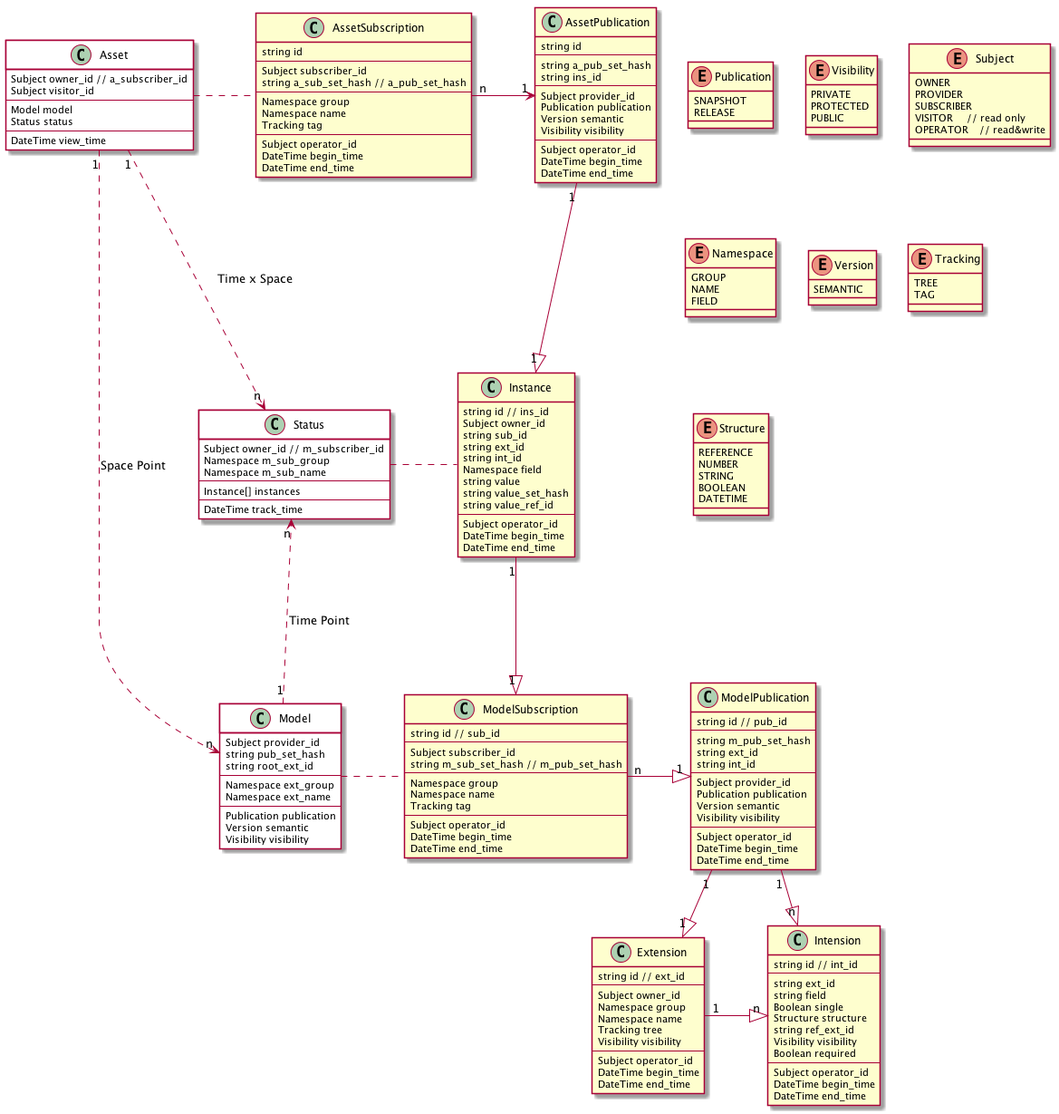
The PlantUML diagram kiimate.png in SINeWang/kiimate, before a commit. Its source is kept beside it as kiimate.puml.
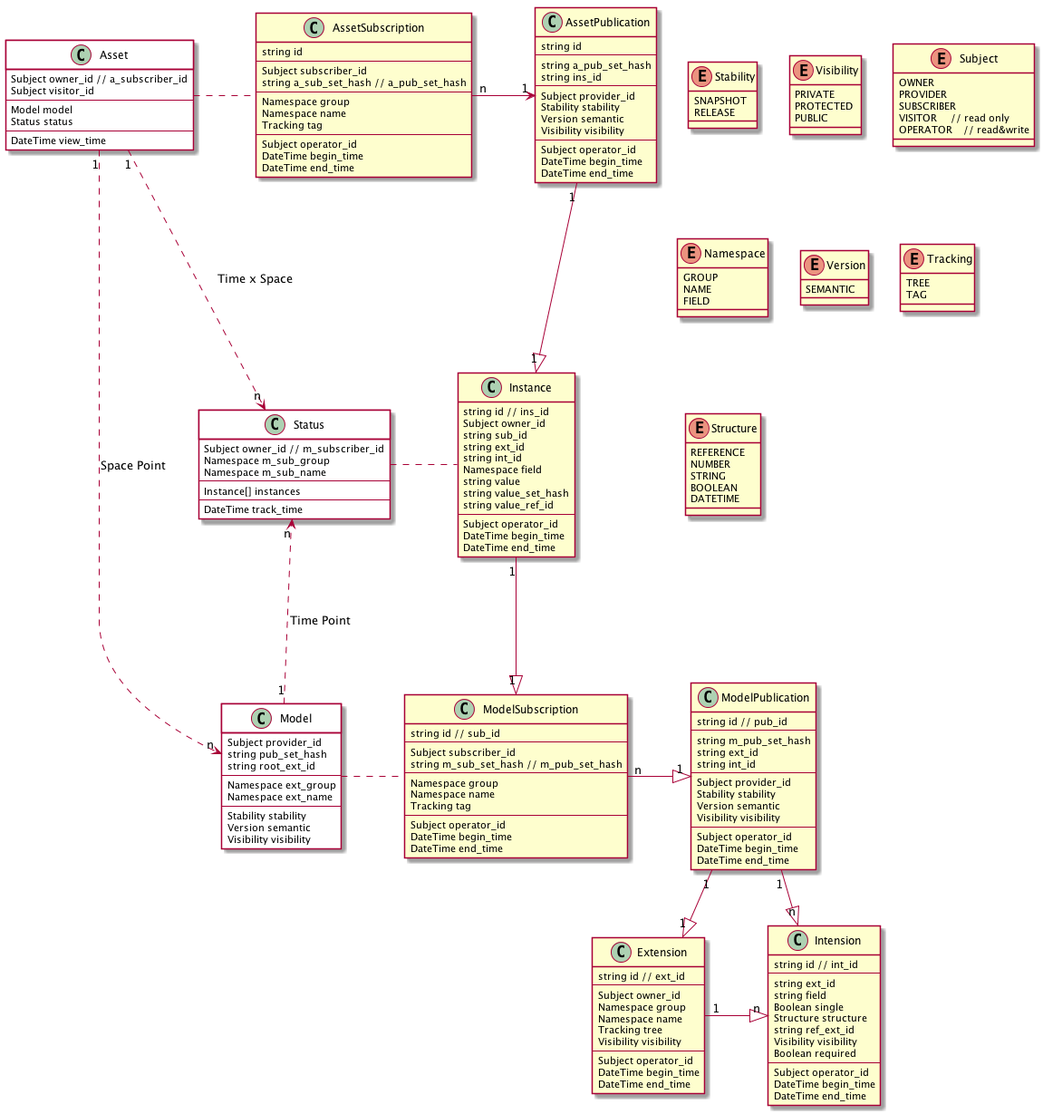
The same file after the commit.

Commit message:
rename publication as stability

The edit, as a diff of the source:
```diff
@@ -56,7 +56,7 @@
     Namespace ext_group
     Namespace ext_name
     ---
-    Publication publication
+    Stability stability
     Version semantic
     Visibility visibility
 }
@@ -83,7 +83,7 @@
     string ins_id
     ---
     Subject provider_id
-    Publication publication
+    Stability stability
     Version semantic
     Visibility visibility
     ---
@@ -132,7 +132,7 @@
     string int_id
     ---
     Subject provider_id
-    Publication publication
+    Stability stability
     Version semantic
     Visibility visibility
     ---
@@ -172,7 +172,7 @@
     DateTime end_time
 }
 
-enum Publication {
+enum Stability {
     SNAPSHOT
     RELEASE
 }
```
